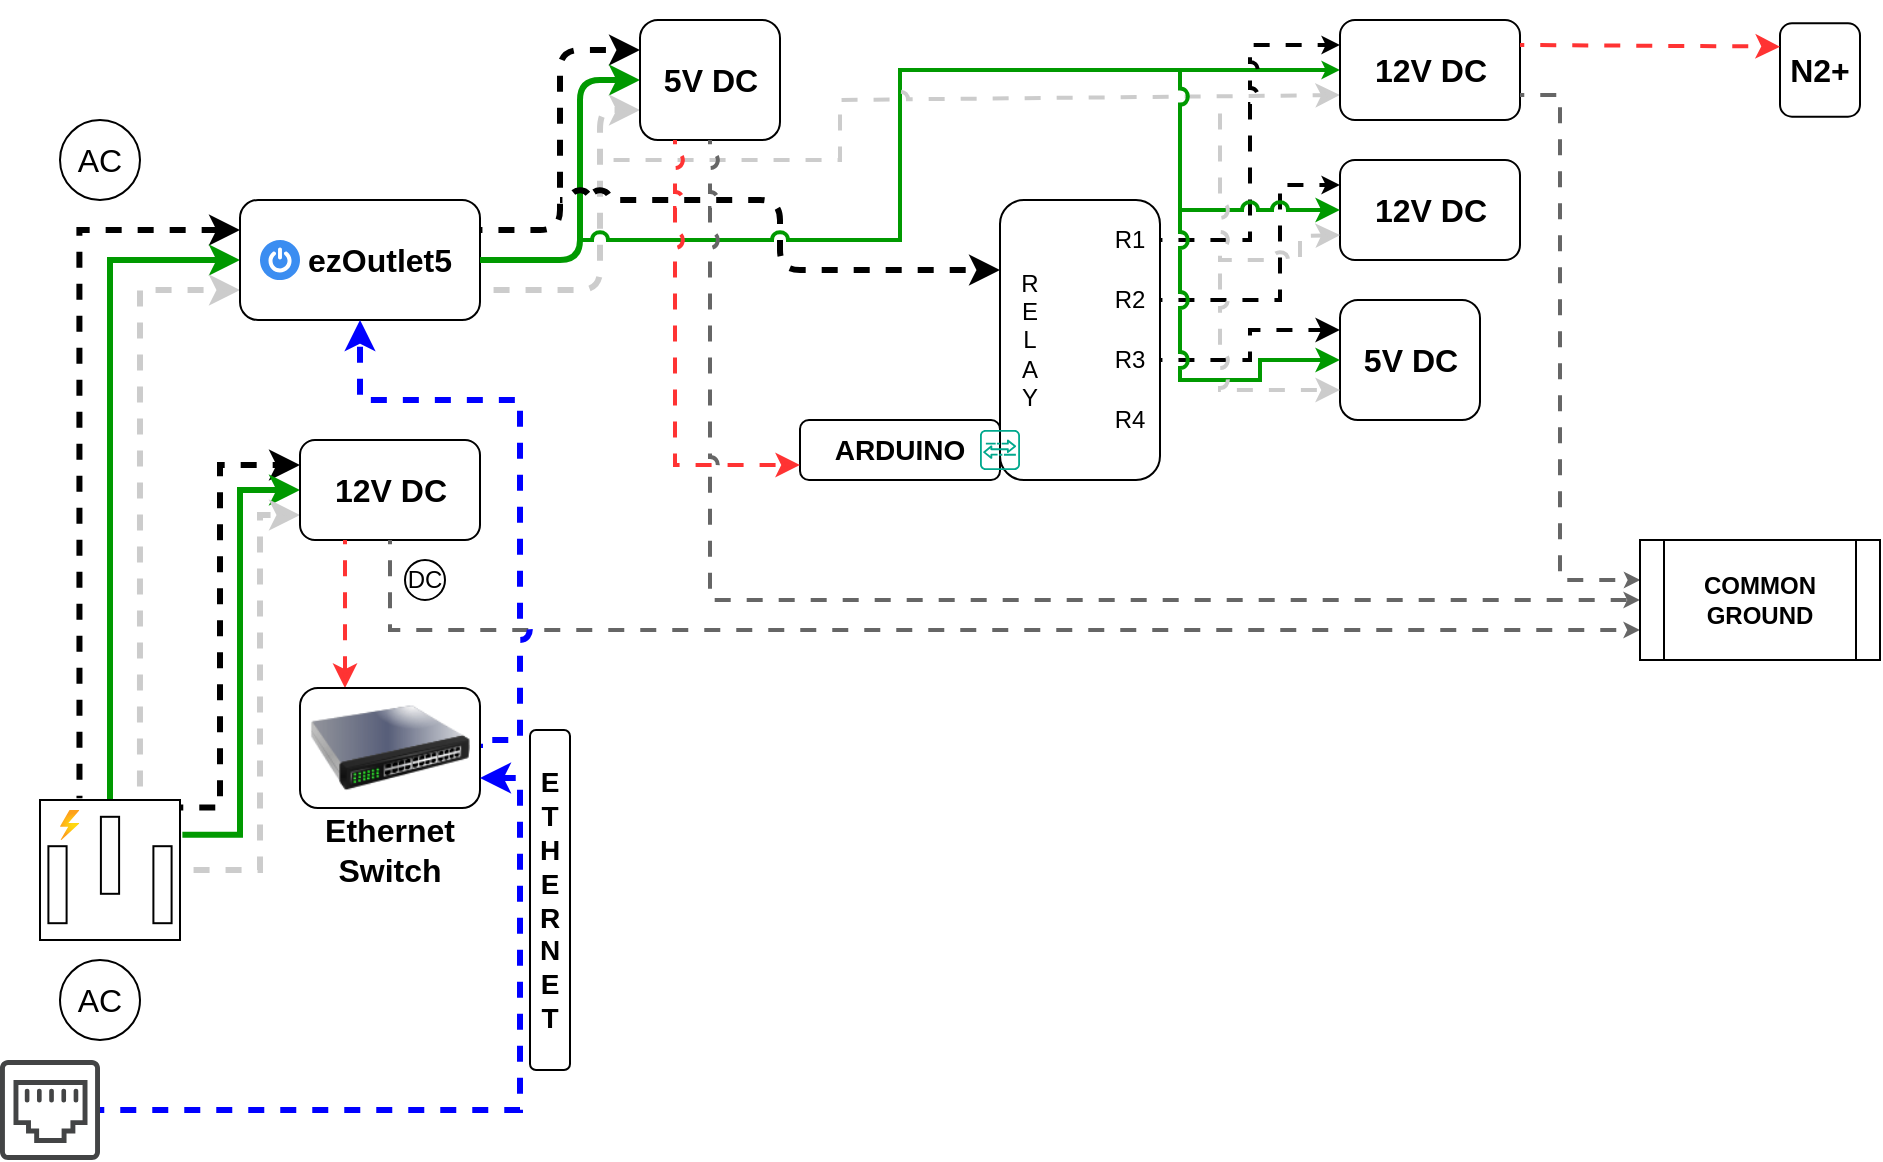
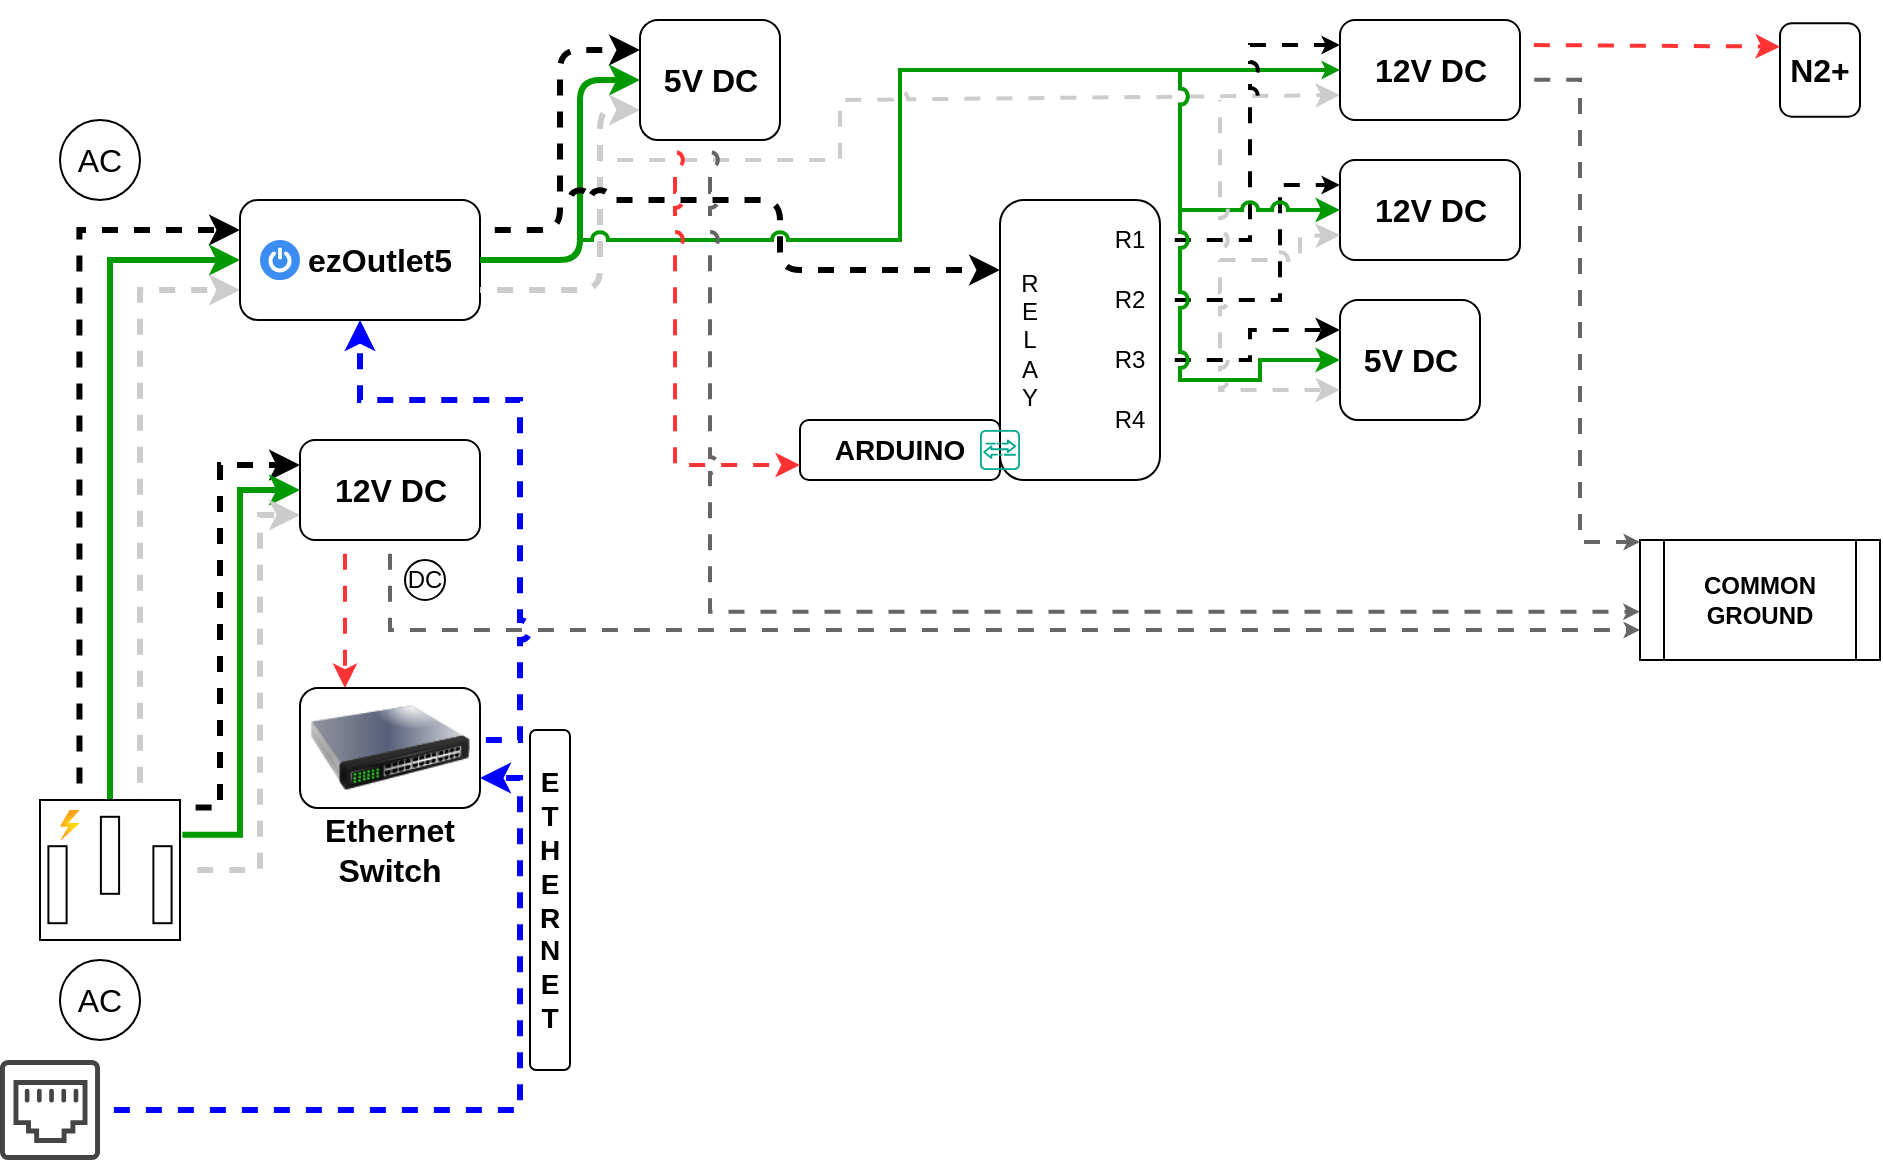
<mxfile host="app.diagrams.net" agent="Mozilla/5.0 (Windows NT 10.0; Win64; x64) AppleWebKit/537.36 (KHTML, like Gecko) Chrome/131.0.0.0 Safari/537.36 Edg/131.0.0.0" version="25.0.3">
  <diagram name="Page-1" id="VlRkN-xOVygPYa-iD9Ir">
-     <mxGraphModel dx="241" dy="151" grid="1" gridSize="10" guides="1" tooltips="1" connect="1" arrows="1" fold="1" page="1" pageScale="1" pageWidth="1600" pageHeight="900" background="none" math="0" shadow="0">
+     <mxGraphModel dx="77" dy="48" grid="1" gridSize="10" guides="1" tooltips="1" connect="1" arrows="1" fold="1" page="1" pageScale="1" pageWidth="1600" pageHeight="900" background="none" math="0" shadow="0">
      <root>
        <mxCell id="0" />
        <mxCell id="1" parent="0" />
        <mxCell id="JVLtuT8sySUBbFbLTn6r-3" style="edgeStyle=orthogonalEdgeStyle;rounded=0;orthogonalLoop=1;jettySize=auto;html=1;entryX=0;entryY=0.25;entryDx=0;entryDy=0;exitX=0.282;exitY=-0.013;exitDx=0;exitDy=0;exitPerimeter=0;strokeWidth=3;flowAnimation=1;flowAnimationDirection=alternate;flowAnimationTimingFunction=ease-in-out;flowAnimationDuration=1500;jumpStyle=arc;" parent="1" source="pD8juBFKP1GN8B8eYQTb-1" target="pD8juBFKP1GN8B8eYQTb-3" edge="1">
          <mxGeometry relative="1" as="geometry" />
        </mxCell>
        <mxCell id="JVLtuT8sySUBbFbLTn6r-4" style="edgeStyle=orthogonalEdgeStyle;rounded=0;orthogonalLoop=1;jettySize=auto;html=1;exitX=0.5;exitY=0;exitDx=0;exitDy=0;exitPerimeter=0;entryX=0;entryY=0.5;entryDx=0;entryDy=0;strokeColor=#009900;strokeWidth=3;jumpStyle=arc;" parent="1" source="pD8juBFKP1GN8B8eYQTb-1" target="pD8juBFKP1GN8B8eYQTb-3" edge="1">
          <mxGeometry relative="1" as="geometry" />
        </mxCell>
        <mxCell id="JVLtuT8sySUBbFbLTn6r-5" style="edgeStyle=orthogonalEdgeStyle;rounded=0;orthogonalLoop=1;jettySize=auto;html=1;entryX=0;entryY=0.75;entryDx=0;entryDy=0;exitX=0.714;exitY=0;exitDx=0;exitDy=0;exitPerimeter=0;strokeWidth=3;strokeColor=#CCCCCC;flowAnimation=1;flowAnimationDirection=alternate-reverse;flowAnimationTimingFunction=ease-in-out;flowAnimationDuration=1500;jumpStyle=arc;" parent="1" source="pD8juBFKP1GN8B8eYQTb-1" target="pD8juBFKP1GN8B8eYQTb-3" edge="1">
          <mxGeometry relative="1" as="geometry">
            <mxPoint x="120" y="320" as="targetPoint" />
          </mxGeometry>
        </mxCell>
        <mxCell id="JVLtuT8sySUBbFbLTn6r-6" style="edgeStyle=orthogonalEdgeStyle;rounded=0;orthogonalLoop=1;jettySize=auto;html=1;entryX=0;entryY=0.25;entryDx=0;entryDy=0;exitX=1.006;exitY=0.054;exitDx=0;exitDy=0;exitPerimeter=0;strokeWidth=3;flowAnimation=1;flowAnimationDirection=alternate;flowAnimationTimingFunction=ease-in-out;flowAnimationDuration=1500;jumpStyle=arc;" parent="1" source="pD8juBFKP1GN8B8eYQTb-1" target="pD8juBFKP1GN8B8eYQTb-24" edge="1">
          <mxGeometry relative="1" as="geometry">
            <Array as="points">
              <mxPoint x="120" y="404" />
              <mxPoint x="120" y="233" />
            </Array>
          </mxGeometry>
        </mxCell>
        <mxCell id="JVLtuT8sySUBbFbLTn6r-7" style="edgeStyle=orthogonalEdgeStyle;rounded=0;orthogonalLoop=1;jettySize=auto;html=1;entryX=0;entryY=0.5;entryDx=0;entryDy=0;exitX=1.017;exitY=0.249;exitDx=0;exitDy=0;exitPerimeter=0;strokeWidth=3;strokeColor=#009900;jumpStyle=arc;" parent="1" source="pD8juBFKP1GN8B8eYQTb-1" target="pD8juBFKP1GN8B8eYQTb-24" edge="1">
          <mxGeometry relative="1" as="geometry" />
        </mxCell>
        <mxCell id="JVLtuT8sySUBbFbLTn6r-8" style="edgeStyle=orthogonalEdgeStyle;rounded=0;orthogonalLoop=1;jettySize=auto;html=1;entryX=0;entryY=0.75;entryDx=0;entryDy=0;strokeColor=#CCCCCC;strokeWidth=3;flowAnimation=1;flowAnimationDirection=alternate-reverse;flowAnimationTimingFunction=ease-in-out;flowAnimationDuration=1500;jumpStyle=arc;" parent="1" source="pD8juBFKP1GN8B8eYQTb-1" target="pD8juBFKP1GN8B8eYQTb-24" edge="1">
          <mxGeometry relative="1" as="geometry">
            <Array as="points">
              <mxPoint x="140" y="435" />
              <mxPoint x="140" y="258" />
            </Array>
          </mxGeometry>
        </mxCell>
        <mxCell id="JVLtuT8sySUBbFbLTn6r-1" value="" style="group" parent="1" vertex="1" connectable="0">
          <mxGeometry x="30" y="480" width="60" height="40" as="geometry" />
        </mxCell>
        <mxCell id="pD8juBFKP1GN8B8eYQTb-22" value="AC" style="text;html=1;align=center;verticalAlign=middle;whiteSpace=wrap;rounded=0;fontSize=16;" parent="JVLtuT8sySUBbFbLTn6r-1" vertex="1">
          <mxGeometry y="5" width="60" height="30" as="geometry" />
        </mxCell>
        <mxCell id="pD8juBFKP1GN8B8eYQTb-23" value="" style="ellipse;whiteSpace=wrap;html=1;fillColor=none;" parent="JVLtuT8sySUBbFbLTn6r-1" vertex="1">
          <mxGeometry x="10" width="40" height="40" as="geometry" />
        </mxCell>
        <mxCell id="JVLtuT8sySUBbFbLTn6r-2" value="" style="group" parent="1" vertex="1" connectable="0">
          <mxGeometry x="30" y="60" width="60" height="40" as="geometry" />
        </mxCell>
        <mxCell id="pD8juBFKP1GN8B8eYQTb-9" value="" style="ellipse;whiteSpace=wrap;html=1;fillColor=none;" parent="JVLtuT8sySUBbFbLTn6r-2" vertex="1">
          <mxGeometry x="10" width="40" height="40" as="geometry" />
        </mxCell>
        <mxCell id="pD8juBFKP1GN8B8eYQTb-11" value="AC" style="text;html=1;align=center;verticalAlign=middle;whiteSpace=wrap;rounded=0;fontSize=16;" parent="JVLtuT8sySUBbFbLTn6r-2" vertex="1">
          <mxGeometry y="5" width="60" height="30" as="geometry" />
        </mxCell>
        <mxCell id="JVLtuT8sySUBbFbLTn6r-9" value="" style="group" parent="1" vertex="1" connectable="0">
          <mxGeometry x="130" y="100" width="120" height="60" as="geometry" />
        </mxCell>
        <mxCell id="JVLtuT8sySUBbFbLTn6r-16" value="" style="group" parent="JVLtuT8sySUBbFbLTn6r-9" vertex="1" connectable="0">
          <mxGeometry width="120" height="60" as="geometry" />
        </mxCell>
        <mxCell id="pD8juBFKP1GN8B8eYQTb-3" value="" style="rounded=1;whiteSpace=wrap;html=1;" parent="JVLtuT8sySUBbFbLTn6r-16" vertex="1">
          <mxGeometry width="120" height="60" as="geometry" />
        </mxCell>
        <mxCell id="JVLtuT8sySUBbFbLTn6r-13" value="" style="sketch=0;html=1;aspect=fixed;strokeColor=none;shadow=0;fillColor=#3B8DF1;verticalAlign=top;labelPosition=center;verticalLabelPosition=bottom;shape=mxgraph.gcp2.a7_power" parent="JVLtuT8sySUBbFbLTn6r-16" vertex="1">
          <mxGeometry x="10" y="20" width="20" height="20" as="geometry" />
        </mxCell>
        <mxCell id="pD8juBFKP1GN8B8eYQTb-15" value="&lt;b&gt;ezOutlet5&lt;/b&gt;" style="text;html=1;align=center;verticalAlign=middle;whiteSpace=wrap;rounded=0;fontSize=16;" parent="JVLtuT8sySUBbFbLTn6r-16" vertex="1">
          <mxGeometry x="40" y="10" width="60" height="40" as="geometry" />
        </mxCell>
        <mxCell id="JVLtuT8sySUBbFbLTn6r-11" value="" style="group" parent="1" vertex="1" connectable="0">
          <mxGeometry x="160" y="220" width="90" height="50" as="geometry" />
        </mxCell>
        <mxCell id="JVLtuT8sySUBbFbLTn6r-72" value="" style="group" parent="JVLtuT8sySUBbFbLTn6r-11" vertex="1" connectable="0">
          <mxGeometry width="90" height="50" as="geometry" />
        </mxCell>
        <mxCell id="pD8juBFKP1GN8B8eYQTb-24" value="" style="rounded=1;whiteSpace=wrap;html=1;" parent="JVLtuT8sySUBbFbLTn6r-72" vertex="1">
          <mxGeometry width="90" height="50" as="geometry" />
        </mxCell>
        <mxCell id="JVLtuT8sySUBbFbLTn6r-10" value="&lt;font style=&quot;font-size: 16px;&quot;&gt;&lt;b&gt;12V DC&lt;/b&gt;&lt;/font&gt;" style="text;html=1;align=center;verticalAlign=middle;whiteSpace=wrap;rounded=0;" parent="JVLtuT8sySUBbFbLTn6r-72" vertex="1">
          <mxGeometry x="15.75" y="10" width="58.5" height="30" as="geometry" />
        </mxCell>
        <mxCell id="JVLtuT8sySUBbFbLTn6r-18" value="" style="group" parent="1" vertex="1" connectable="0">
          <mxGeometry x="30" y="400" width="70" height="70" as="geometry" />
        </mxCell>
        <mxCell id="pD8juBFKP1GN8B8eYQTb-1" value="" style="pointerEvents=1;verticalLabelPosition=bottom;shadow=0;dashed=0;align=center;html=1;verticalAlign=top;shape=mxgraph.electrical.miscellaneous.ac_out" parent="JVLtuT8sySUBbFbLTn6r-18" vertex="1">
          <mxGeometry width="70" height="70" as="geometry" />
        </mxCell>
        <mxCell id="JVLtuT8sySUBbFbLTn6r-12" value="" style="image;aspect=fixed;html=1;points=[];align=center;fontSize=12;image=img/lib/azure2/general/Power.svg;" parent="JVLtuT8sySUBbFbLTn6r-18" vertex="1">
          <mxGeometry x="10" y="5" width="9.72" height="15" as="geometry" />
        </mxCell>
        <mxCell id="JVLtuT8sySUBbFbLTn6r-23" style="edgeStyle=orthogonalEdgeStyle;rounded=0;orthogonalLoop=1;jettySize=auto;html=1;entryX=0.25;entryY=0;entryDx=0;entryDy=0;exitX=0.25;exitY=1;exitDx=0;exitDy=0;strokeColor=#FF3333;strokeWidth=2;flowAnimation=1;jumpStyle=arc;" parent="1" source="pD8juBFKP1GN8B8eYQTb-24" target="JVLtuT8sySUBbFbLTn6r-19" edge="1">
          <mxGeometry relative="1" as="geometry" />
        </mxCell>
        <mxCell id="JVLtuT8sySUBbFbLTn6r-28" value="" style="group" parent="1" vertex="1" connectable="0">
          <mxGeometry x="210" y="280" width="25" height="20" as="geometry" />
        </mxCell>
        <mxCell id="JVLtuT8sySUBbFbLTn6r-26" value="" style="ellipse;whiteSpace=wrap;html=1;aspect=fixed;" parent="JVLtuT8sySUBbFbLTn6r-28" vertex="1">
          <mxGeometry x="2.5" width="20" height="20" as="geometry" />
        </mxCell>
        <mxCell id="JVLtuT8sySUBbFbLTn6r-27" value="&lt;font&gt;DC&lt;/font&gt;" style="text;html=1;align=center;verticalAlign=middle;whiteSpace=wrap;rounded=0;" parent="JVLtuT8sySUBbFbLTn6r-28" vertex="1">
          <mxGeometry y="2.5" width="25" height="15" as="geometry" />
        </mxCell>
        <mxCell id="JVLtuT8sySUBbFbLTn6r-29" style="edgeStyle=orthogonalEdgeStyle;rounded=0;orthogonalLoop=1;jettySize=auto;html=1;exitX=0.5;exitY=1;exitDx=0;exitDy=0;strokeWidth=2;flowAnimation=1;strokeColor=#666666;jumpStyle=arc;entryX=0;entryY=0.75;entryDx=0;entryDy=0;endSize=2;" parent="1" source="pD8juBFKP1GN8B8eYQTb-24" target="0aRQkGjj-KWWZOeJOGup-9" edge="1">
          <mxGeometry relative="1" as="geometry">
            <mxPoint x="810" y="370" as="targetPoint" />
          </mxGeometry>
        </mxCell>
        <mxCell id="JVLtuT8sySUBbFbLTn6r-30" style="edgeStyle=orthogonalEdgeStyle;rounded=0;orthogonalLoop=1;jettySize=auto;html=1;exitX=1;exitY=0.5;exitDx=0;exitDy=0;entryX=0.5;entryY=1;entryDx=0;entryDy=0;strokeColor=#0000FF;strokeWidth=3;flowAnimation=1;jumpStyle=arc;" parent="1" source="JVLtuT8sySUBbFbLTn6r-19" target="pD8juBFKP1GN8B8eYQTb-3" edge="1">
          <mxGeometry relative="1" as="geometry">
            <Array as="points">
              <mxPoint x="270" y="370" />
              <mxPoint x="270" y="200" />
              <mxPoint x="190" y="200" />
            </Array>
          </mxGeometry>
        </mxCell>
        <mxCell id="JVLtuT8sySUBbFbLTn6r-33" value="" style="rounded=1;whiteSpace=wrap;html=1;" parent="1" vertex="1">
          <mxGeometry x="510" y="100" width="80" height="140" as="geometry" />
        </mxCell>
        <mxCell id="JVLtuT8sySUBbFbLTn6r-35" style="edgeStyle=orthogonalEdgeStyle;rounded=1;orthogonalLoop=1;jettySize=auto;html=1;exitX=1;exitY=0.25;exitDx=0;exitDy=0;entryX=0;entryY=0.25;entryDx=0;entryDy=0;curved=0;strokeWidth=3;flowAnimation=1;flowAnimationDirection=alternate;flowAnimationTimingFunction=ease-in-out;flowAnimationDuration=1500;jumpStyle=arc;" parent="1" source="pD8juBFKP1GN8B8eYQTb-3" target="JVLtuT8sySUBbFbLTn6r-34" edge="1">
          <mxGeometry relative="1" as="geometry" />
        </mxCell>
        <mxCell id="JVLtuT8sySUBbFbLTn6r-36" style="edgeStyle=orthogonalEdgeStyle;rounded=1;orthogonalLoop=1;jettySize=auto;html=1;exitX=1;exitY=0.5;exitDx=0;exitDy=0;entryX=0;entryY=0.5;entryDx=0;entryDy=0;curved=0;strokeWidth=3;strokeColor=#009900;jumpStyle=arc;" parent="1" source="pD8juBFKP1GN8B8eYQTb-3" target="JVLtuT8sySUBbFbLTn6r-34" edge="1">
          <mxGeometry relative="1" as="geometry">
            <Array as="points">
              <mxPoint x="300" y="130" />
              <mxPoint x="300" y="40" />
            </Array>
          </mxGeometry>
        </mxCell>
        <mxCell id="JVLtuT8sySUBbFbLTn6r-37" style="edgeStyle=orthogonalEdgeStyle;rounded=1;orthogonalLoop=1;jettySize=auto;html=1;exitX=1;exitY=0.75;exitDx=0;exitDy=0;entryX=0;entryY=0.75;entryDx=0;entryDy=0;curved=0;strokeColor=#CCCCCC;strokeWidth=3;flowAnimation=1;flowAnimationDirection=alternate-reverse;flowAnimationTimingFunction=ease-in-out;flowAnimationDuration=1500;jumpStyle=arc;" parent="1" source="pD8juBFKP1GN8B8eYQTb-3" target="JVLtuT8sySUBbFbLTn6r-34" edge="1">
          <mxGeometry relative="1" as="geometry">
            <Array as="points">
              <mxPoint x="310" y="145" />
              <mxPoint x="310" y="55" />
            </Array>
          </mxGeometry>
        </mxCell>
        <mxCell id="JVLtuT8sySUBbFbLTn6r-40" value="" style="endArrow=classic;html=1;rounded=1;curved=0;entryX=0;entryY=0.25;entryDx=0;entryDy=0;jumpStyle=arc;strokeWidth=3;flowAnimation=1;flowAnimationDirection=alternate;flowAnimationTimingFunction=ease-in-out;flowAnimationDuration=1500;" parent="1" target="JVLtuT8sySUBbFbLTn6r-33" edge="1">
          <mxGeometry width="50" height="50" relative="1" as="geometry">
            <mxPoint x="290" y="100" as="sourcePoint" />
            <mxPoint x="410" y="170" as="targetPoint" />
            <Array as="points">
              <mxPoint x="400" y="100" />
              <mxPoint x="400" y="135" />
            </Array>
          </mxGeometry>
        </mxCell>
        <mxCell id="JVLtuT8sySUBbFbLTn6r-51" value="" style="group" parent="1" vertex="1" connectable="0">
          <mxGeometry x="160" y="344" width="90" height="96" as="geometry" />
        </mxCell>
        <mxCell id="JVLtuT8sySUBbFbLTn6r-21" value="" style="group" parent="JVLtuT8sySUBbFbLTn6r-51" vertex="1" connectable="0">
          <mxGeometry width="90" height="70" as="geometry" />
        </mxCell>
        <mxCell id="JVLtuT8sySUBbFbLTn6r-50" value="" style="group" parent="JVLtuT8sySUBbFbLTn6r-21" vertex="1" connectable="0">
          <mxGeometry width="90" height="70" as="geometry" />
        </mxCell>
        <mxCell id="JVLtuT8sySUBbFbLTn6r-19" value="" style="rounded=1;whiteSpace=wrap;html=1;" parent="JVLtuT8sySUBbFbLTn6r-50" vertex="1">
          <mxGeometry width="90" height="60" as="geometry" />
        </mxCell>
        <mxCell id="JVLtuT8sySUBbFbLTn6r-49" value="" style="image;html=1;image=img/lib/clip_art/networking/Switch_128x128.png" parent="JVLtuT8sySUBbFbLTn6r-50" vertex="1">
          <mxGeometry x="5" y="-10" width="80" height="80" as="geometry" />
        </mxCell>
        <mxCell id="JVLtuT8sySUBbFbLTn6r-20" value="&lt;b&gt;&lt;font style=&quot;font-size: 16px;&quot;&gt;Ethernet&lt;/font&gt;&lt;/b&gt;&lt;div&gt;&lt;b&gt;&lt;font style=&quot;font-size: 16px;&quot;&gt;Switch&lt;/font&gt;&lt;/b&gt;&lt;/div&gt;" style="text;html=1;align=center;verticalAlign=middle;whiteSpace=wrap;rounded=0;" parent="JVLtuT8sySUBbFbLTn6r-51" vertex="1">
          <mxGeometry x="15" y="66" width="60" height="30" as="geometry" />
        </mxCell>
        <mxCell id="JVLtuT8sySUBbFbLTn6r-53" value="" style="group" parent="1" vertex="1" connectable="0">
          <mxGeometry x="330" y="10" width="70" height="60" as="geometry" />
        </mxCell>
        <mxCell id="JVLtuT8sySUBbFbLTn6r-71" value="" style="group" parent="JVLtuT8sySUBbFbLTn6r-53" vertex="1" connectable="0">
          <mxGeometry width="70" height="60" as="geometry" />
        </mxCell>
        <mxCell id="JVLtuT8sySUBbFbLTn6r-34" value="" style="rounded=1;whiteSpace=wrap;html=1;" parent="JVLtuT8sySUBbFbLTn6r-71" vertex="1">
          <mxGeometry width="70" height="60" as="geometry" />
        </mxCell>
        <mxCell id="JVLtuT8sySUBbFbLTn6r-52" value="&lt;font style=&quot;font-size: 16px;&quot;&gt;&lt;b&gt;5&lt;/b&gt;&lt;/font&gt;&lt;b style=&quot;font-size: 16px; background-color: initial;&quot;&gt;V DC&lt;/b&gt;" style="text;html=1;align=center;verticalAlign=middle;whiteSpace=wrap;rounded=0;" parent="JVLtuT8sySUBbFbLTn6r-71" vertex="1">
          <mxGeometry x="5.75" y="15" width="58.5" height="30" as="geometry" />
        </mxCell>
        <mxCell id="JVLtuT8sySUBbFbLTn6r-54" value="" style="endArrow=classic;html=1;rounded=0;entryX=0;entryY=0.5;entryDx=0;entryDy=0;jumpStyle=arc;strokeColor=#009900;strokeWidth=2;endSize=3;" parent="1" target="JVLtuT8sySUBbFbLTn6r-74" edge="1">
          <mxGeometry width="50" height="50" relative="1" as="geometry">
            <mxPoint x="300" y="120" as="sourcePoint" />
            <mxPoint x="350" y="80" as="targetPoint" />
            <Array as="points">
              <mxPoint x="460" y="120" />
              <mxPoint x="460" y="35" />
            </Array>
          </mxGeometry>
        </mxCell>
        <mxCell id="JVLtuT8sySUBbFbLTn6r-55" value="" style="endArrow=classic;html=1;rounded=0;entryX=0;entryY=0.75;entryDx=0;entryDy=0;strokeColor=#CCCCCC;strokeWidth=2;jumpStyle=arc;flowAnimation=1;flowAnimationDirection=alternate-reverse;flowAnimationTimingFunction=ease-in-out;flowAnimationDuration=1500;" parent="1" target="JVLtuT8sySUBbFbLTn6r-74" edge="1">
          <mxGeometry width="50" height="50" relative="1" as="geometry">
            <mxPoint x="310" y="80" as="sourcePoint" />
            <mxPoint x="350" y="140" as="targetPoint" />
            <Array as="points">
              <mxPoint x="430" y="80" />
              <mxPoint x="430" y="50" />
              <mxPoint x="520" y="50" />
            </Array>
          </mxGeometry>
        </mxCell>
        <mxCell id="JVLtuT8sySUBbFbLTn6r-56" value="R&lt;div&gt;E&lt;/div&gt;&lt;div&gt;L&lt;/div&gt;&lt;div&gt;A&lt;/div&gt;&lt;div&gt;Y&lt;/div&gt;" style="text;html=1;align=center;verticalAlign=middle;whiteSpace=wrap;rounded=0;" parent="1" vertex="1">
          <mxGeometry x="510" y="135" width="30" height="70" as="geometry" />
        </mxCell>
        <mxCell id="JVLtuT8sySUBbFbLTn6r-79" style="edgeStyle=orthogonalEdgeStyle;rounded=0;orthogonalLoop=1;jettySize=auto;html=1;exitX=1;exitY=0.5;exitDx=0;exitDy=0;entryX=0;entryY=0.25;entryDx=0;entryDy=0;strokeWidth=2;flowAnimation=1;flowAnimationDirection=alternate;flowAnimationTimingFunction=ease-in-out;flowAnimationDuration=1500;jumpStyle=arc;endSize=3;" parent="1" source="JVLtuT8sySUBbFbLTn6r-57" target="JVLtuT8sySUBbFbLTn6r-74" edge="1">
          <mxGeometry relative="1" as="geometry" />
        </mxCell>
        <mxCell id="JVLtuT8sySUBbFbLTn6r-57" value="R1" style="text;html=1;align=center;verticalAlign=middle;whiteSpace=wrap;rounded=0;" parent="1" vertex="1">
          <mxGeometry x="560" y="105" width="30" height="30" as="geometry" />
        </mxCell>
        <mxCell id="JVLtuT8sySUBbFbLTn6r-80" style="edgeStyle=orthogonalEdgeStyle;rounded=0;orthogonalLoop=1;jettySize=auto;html=1;exitX=1;exitY=0.5;exitDx=0;exitDy=0;entryX=0;entryY=0.25;entryDx=0;entryDy=0;strokeWidth=2;flowAnimation=1;flowAnimationDirection=alternate;flowAnimationTimingFunction=ease-in-out;flowAnimationDuration=1500;endSize=3;jumpStyle=arc;" parent="1" source="JVLtuT8sySUBbFbLTn6r-58" target="JVLtuT8sySUBbFbLTn6r-77" edge="1">
          <mxGeometry relative="1" as="geometry">
            <Array as="points">
              <mxPoint x="650" y="150" />
              <mxPoint x="650" y="93" />
            </Array>
          </mxGeometry>
        </mxCell>
        <mxCell id="JVLtuT8sySUBbFbLTn6r-58" value="R2" style="text;html=1;align=center;verticalAlign=middle;whiteSpace=wrap;rounded=0;" parent="1" vertex="1">
          <mxGeometry x="560" y="135" width="30" height="30" as="geometry" />
        </mxCell>
        <mxCell id="JVLtuT8sySUBbFbLTn6r-81" style="edgeStyle=orthogonalEdgeStyle;rounded=0;orthogonalLoop=1;jettySize=auto;html=1;exitX=1;exitY=0.5;exitDx=0;exitDy=0;entryX=0;entryY=0.25;entryDx=0;entryDy=0;strokeWidth=2;flowAnimation=1;flowAnimationDirection=alternate;flowAnimationTimingFunction=ease-in-out;flowAnimationDuration=1500;jumpStyle=arc;" parent="1" source="JVLtuT8sySUBbFbLTn6r-59" target="JVLtuT8sySUBbFbLTn6r-63" edge="1">
          <mxGeometry relative="1" as="geometry" />
        </mxCell>
        <mxCell id="JVLtuT8sySUBbFbLTn6r-59" value="R3" style="text;html=1;align=center;verticalAlign=middle;whiteSpace=wrap;rounded=0;" parent="1" vertex="1">
          <mxGeometry x="560" y="165" width="30" height="30" as="geometry" />
        </mxCell>
        <mxCell id="JVLtuT8sySUBbFbLTn6r-60" value="R4" style="text;html=1;align=center;verticalAlign=middle;whiteSpace=wrap;rounded=0;" parent="1" vertex="1">
          <mxGeometry x="560" y="195" width="30" height="30" as="geometry" />
        </mxCell>
        <mxCell id="JVLtuT8sySUBbFbLTn6r-67" value="" style="group" parent="1" vertex="1" connectable="0">
          <mxGeometry x="680" y="150" width="70" height="60" as="geometry" />
        </mxCell>
        <mxCell id="JVLtuT8sySUBbFbLTn6r-63" value="" style="rounded=1;whiteSpace=wrap;html=1;" parent="JVLtuT8sySUBbFbLTn6r-67" vertex="1">
          <mxGeometry width="70" height="60" as="geometry" />
        </mxCell>
        <mxCell id="JVLtuT8sySUBbFbLTn6r-62" value="" style="group" parent="JVLtuT8sySUBbFbLTn6r-67" vertex="1" connectable="0">
          <mxGeometry width="70" height="60" as="geometry" />
        </mxCell>
        <mxCell id="JVLtuT8sySUBbFbLTn6r-64" value="&lt;font style=&quot;font-size: 16px;&quot;&gt;&lt;b&gt;5&lt;/b&gt;&lt;/font&gt;&lt;b style=&quot;font-size: 16px; background-color: initial;&quot;&gt;V DC&lt;/b&gt;" style="text;html=1;align=center;verticalAlign=middle;whiteSpace=wrap;rounded=0;" parent="JVLtuT8sySUBbFbLTn6r-62" vertex="1">
          <mxGeometry x="5.75" y="15" width="58.5" height="30" as="geometry" />
        </mxCell>
        <mxCell id="JVLtuT8sySUBbFbLTn6r-73" value="" style="group" parent="1" vertex="1" connectable="0">
          <mxGeometry x="680" y="10" width="90" height="50" as="geometry" />
        </mxCell>
        <mxCell id="JVLtuT8sySUBbFbLTn6r-74" value="" style="rounded=1;whiteSpace=wrap;html=1;" parent="JVLtuT8sySUBbFbLTn6r-73" vertex="1">
          <mxGeometry width="90" height="50" as="geometry" />
        </mxCell>
        <mxCell id="JVLtuT8sySUBbFbLTn6r-75" value="&lt;font style=&quot;font-size: 16px;&quot;&gt;&lt;b&gt;12V DC&lt;/b&gt;&lt;/font&gt;" style="text;html=1;align=center;verticalAlign=middle;whiteSpace=wrap;rounded=0;" parent="JVLtuT8sySUBbFbLTn6r-73" vertex="1">
          <mxGeometry x="15.75" y="10" width="58.5" height="30" as="geometry" />
        </mxCell>
        <mxCell id="JVLtuT8sySUBbFbLTn6r-76" value="" style="group" parent="1" vertex="1" connectable="0">
          <mxGeometry x="680" y="80" width="90" height="50" as="geometry" />
        </mxCell>
        <mxCell id="JVLtuT8sySUBbFbLTn6r-77" value="" style="rounded=1;whiteSpace=wrap;html=1;" parent="JVLtuT8sySUBbFbLTn6r-76" vertex="1">
          <mxGeometry width="90" height="50" as="geometry" />
        </mxCell>
        <mxCell id="JVLtuT8sySUBbFbLTn6r-78" value="&lt;font style=&quot;font-size: 16px;&quot;&gt;&lt;b&gt;12V DC&lt;/b&gt;&lt;/font&gt;" style="text;html=1;align=center;verticalAlign=middle;whiteSpace=wrap;rounded=0;" parent="JVLtuT8sySUBbFbLTn6r-76" vertex="1">
          <mxGeometry x="15.75" y="10" width="58.5" height="30" as="geometry" />
        </mxCell>
        <mxCell id="JVLtuT8sySUBbFbLTn6r-82" value="" style="endArrow=classic;html=1;rounded=0;entryX=0;entryY=0.5;entryDx=0;entryDy=0;jumpStyle=arc;strokeColor=#009900;strokeWidth=2;" parent="1" target="JVLtuT8sySUBbFbLTn6r-77" edge="1">
          <mxGeometry width="50" height="50" relative="1" as="geometry">
            <mxPoint x="600" y="35" as="sourcePoint" />
            <mxPoint x="660" y="105" as="targetPoint" />
            <Array as="points">
              <mxPoint x="600" y="105" />
            </Array>
          </mxGeometry>
        </mxCell>
        <mxCell id="JVLtuT8sySUBbFbLTn6r-83" value="" style="endArrow=classic;html=1;rounded=0;entryX=0;entryY=0.75;entryDx=0;entryDy=0;strokeWidth=2;strokeColor=#CCCCCC;flowAnimation=1;flowAnimationTimingFunction=ease-in-out;flowAnimationDirection=alternate-reverse;jumpStyle=arc;flowAnimationDuration=1500;" parent="1" target="JVLtuT8sySUBbFbLTn6r-77" edge="1">
          <mxGeometry width="50" height="50" relative="1" as="geometry">
            <mxPoint x="620" y="50" as="sourcePoint" />
            <mxPoint x="480" y="40" as="targetPoint" />
            <Array as="points">
              <mxPoint x="620" y="130" />
              <mxPoint x="660" y="130" />
              <mxPoint x="660" y="118" />
            </Array>
          </mxGeometry>
        </mxCell>
        <mxCell id="JVLtuT8sySUBbFbLTn6r-88" value="" style="endArrow=classic;html=1;rounded=0;entryX=0;entryY=0.5;entryDx=0;entryDy=0;strokeColor=#009900;strokeWidth=2;jumpStyle=arc;" parent="1" target="JVLtuT8sySUBbFbLTn6r-63" edge="1">
          <mxGeometry width="50" height="50" relative="1" as="geometry">
            <mxPoint x="600" y="100" as="sourcePoint" />
            <mxPoint x="600" y="140" as="targetPoint" />
            <Array as="points">
              <mxPoint x="600" y="190" />
              <mxPoint x="640" y="190" />
              <mxPoint x="640" y="180" />
            </Array>
          </mxGeometry>
        </mxCell>
        <mxCell id="JVLtuT8sySUBbFbLTn6r-89" value="" style="endArrow=classic;html=1;rounded=0;entryX=0;entryY=0.75;entryDx=0;entryDy=0;strokeWidth=2;strokeColor=#CCCCCC;flowAnimation=1;jumpStyle=arc;flowAnimationTimingFunction=ease-in-out;flowAnimationDirection=alternate-reverse;flowAnimationDuration=1500;" parent="1" target="JVLtuT8sySUBbFbLTn6r-63" edge="1">
          <mxGeometry width="50" height="50" relative="1" as="geometry">
            <mxPoint x="620" y="130" as="sourcePoint" />
            <mxPoint x="600" y="100" as="targetPoint" />
            <Array as="points">
              <mxPoint x="620" y="195" />
            </Array>
          </mxGeometry>
        </mxCell>
        <mxCell id="JVLtuT8sySUBbFbLTn6r-90" value="&lt;b&gt;&lt;font style=&quot;font-size: 14px;&quot;&gt;ARDUINO&lt;/font&gt;&lt;/b&gt;" style="rounded=1;whiteSpace=wrap;html=1;" parent="1" vertex="1">
          <mxGeometry x="410" y="210" width="100" height="30" as="geometry" />
        </mxCell>
        <mxCell id="JVLtuT8sySUBbFbLTn6r-91" style="edgeStyle=orthogonalEdgeStyle;rounded=0;orthogonalLoop=1;jettySize=auto;html=1;exitX=0.25;exitY=1;exitDx=0;exitDy=0;entryX=0;entryY=0.75;entryDx=0;entryDy=0;strokeWidth=2;flowAnimation=1;strokeColor=#FF3333;jumpStyle=arc;" parent="1" source="JVLtuT8sySUBbFbLTn6r-34" target="JVLtuT8sySUBbFbLTn6r-90" edge="1">
          <mxGeometry relative="1" as="geometry" />
        </mxCell>
-         <mxCell id="JVLtuT8sySUBbFbLTn6r-92" style="edgeStyle=orthogonalEdgeStyle;rounded=0;orthogonalLoop=1;jettySize=auto;html=1;exitX=0.5;exitY=1;exitDx=0;exitDy=0;entryX=0;entryY=0.5;entryDx=0;entryDy=0;strokeWidth=2;flowAnimation=1;strokeColor=#666666;jumpStyle=arc;endSize=2;" parent="1" source="JVLtuT8sySUBbFbLTn6r-34" target="0aRQkGjj-KWWZOeJOGup-9" edge="1">
+         <mxCell id="JVLtuT8sySUBbFbLTn6r-92" style="edgeStyle=orthogonalEdgeStyle;rounded=0;orthogonalLoop=1;jettySize=auto;html=1;exitX=0.5;exitY=1;exitDx=0;exitDy=0;entryX=-0.001;entryY=0.598;entryDx=0;entryDy=0;strokeWidth=2;flowAnimation=1;strokeColor=#666666;jumpStyle=arc;endSize=2;entryPerimeter=0;" parent="1" source="JVLtuT8sySUBbFbLTn6r-34" target="0aRQkGjj-KWWZOeJOGup-9" edge="1">
          <mxGeometry relative="1" as="geometry" />
        </mxCell>
        <mxCell id="JVLtuT8sySUBbFbLTn6r-93" value="" style="sketch=0;outlineConnect=0;fontColor=#232F3E;gradientColor=none;fillColor=#01A88D;strokeColor=none;dashed=0;verticalLabelPosition=bottom;verticalAlign=top;align=center;html=1;fontSize=12;fontStyle=0;aspect=fixed;shape=mxgraph.aws4.agent2;" parent="1" vertex="1">
          <mxGeometry x="500" y="215" width="20" height="20" as="geometry" />
        </mxCell>
        <mxCell id="0aRQkGjj-KWWZOeJOGup-1" value="" style="endArrow=classic;html=1;rounded=0;entryX=1;entryY=0.75;entryDx=0;entryDy=0;strokeWidth=3;strokeColor=#0000FF;flowAnimation=1;jumpStyle=arc;" edge="1" parent="1" source="0aRQkGjj-KWWZOeJOGup-3" target="JVLtuT8sySUBbFbLTn6r-19">
          <mxGeometry width="50" height="50" relative="1" as="geometry">
            <mxPoint x="40" y="560" as="sourcePoint" />
            <mxPoint x="560" y="420" as="targetPoint" />
            <Array as="points">
              <mxPoint x="270" y="555" />
              <mxPoint x="270" y="389" />
            </Array>
          </mxGeometry>
        </mxCell>
        <mxCell id="0aRQkGjj-KWWZOeJOGup-2" value="" style="group" vertex="1" connectable="0" parent="1">
          <mxGeometry x="270" y="365" width="30" height="170" as="geometry" />
        </mxCell>
        <mxCell id="JVLtuT8sySUBbFbLTn6r-31" value="" style="rounded=1;whiteSpace=wrap;html=1;" parent="0aRQkGjj-KWWZOeJOGup-2" vertex="1">
          <mxGeometry x="5" width="20" height="170" as="geometry" />
        </mxCell>
        <mxCell id="JVLtuT8sySUBbFbLTn6r-32" value="&lt;b&gt;&lt;font style=&quot;font-size: 14px;&quot;&gt;E&lt;/font&gt;&lt;/b&gt;&lt;div&gt;&lt;b&gt;&lt;font style=&quot;font-size: 14px;&quot;&gt;T&lt;/font&gt;&lt;/b&gt;&lt;/div&gt;&lt;div&gt;&lt;b&gt;&lt;font style=&quot;font-size: 14px;&quot;&gt;H&lt;/font&gt;&lt;/b&gt;&lt;/div&gt;&lt;div&gt;&lt;b&gt;&lt;font style=&quot;font-size: 14px;&quot;&gt;E&lt;/font&gt;&lt;/b&gt;&lt;/div&gt;&lt;div&gt;&lt;b&gt;&lt;font style=&quot;font-size: 14px;&quot;&gt;R&lt;/font&gt;&lt;/b&gt;&lt;/div&gt;&lt;div&gt;&lt;b&gt;&lt;font style=&quot;font-size: 14px;&quot;&gt;N&lt;/font&gt;&lt;/b&gt;&lt;/div&gt;&lt;div&gt;&lt;b&gt;&lt;font style=&quot;font-size: 14px;&quot;&gt;E&lt;/font&gt;&lt;/b&gt;&lt;/div&gt;&lt;div&gt;&lt;b&gt;&lt;font style=&quot;font-size: 14px;&quot;&gt;T&lt;/font&gt;&lt;/b&gt;&lt;/div&gt;" style="text;html=1;align=center;verticalAlign=middle;whiteSpace=wrap;rounded=0;" parent="0aRQkGjj-KWWZOeJOGup-2" vertex="1">
          <mxGeometry y="10" width="30" height="150" as="geometry" />
        </mxCell>
        <mxCell id="0aRQkGjj-KWWZOeJOGup-3" value="" style="sketch=0;pointerEvents=1;shadow=0;dashed=0;html=1;strokeColor=none;fillColor=#434445;aspect=fixed;labelPosition=center;verticalLabelPosition=bottom;verticalAlign=top;align=center;outlineConnect=0;shape=mxgraph.vvd.ethernet_port;" vertex="1" parent="1">
          <mxGeometry x="10" y="530" width="50" height="50" as="geometry" />
        </mxCell>
        <mxCell id="0aRQkGjj-KWWZOeJOGup-6" value="" style="group" vertex="1" connectable="0" parent="1">
          <mxGeometry x="890" width="60" height="70" as="geometry" />
        </mxCell>
        <mxCell id="0aRQkGjj-KWWZOeJOGup-4" value="" style="rounded=1;whiteSpace=wrap;html=1;" vertex="1" parent="0aRQkGjj-KWWZOeJOGup-6">
          <mxGeometry x="10" y="11.666666666666668" width="40" height="46.66666666666667" as="geometry" />
        </mxCell>
        <mxCell id="0aRQkGjj-KWWZOeJOGup-5" value="&lt;b&gt;&lt;font style=&quot;font-size: 16px;&quot;&gt;N2+&lt;/font&gt;&lt;/b&gt;" style="text;html=1;align=center;verticalAlign=middle;whiteSpace=wrap;rounded=0;" vertex="1" parent="0aRQkGjj-KWWZOeJOGup-6">
          <mxGeometry x="10" y="11.666666666666668" width="40" height="46.66666666666667" as="geometry" />
        </mxCell>
        <mxCell id="0aRQkGjj-KWWZOeJOGup-7" style="edgeStyle=orthogonalEdgeStyle;rounded=0;orthogonalLoop=1;jettySize=auto;html=1;exitX=1;exitY=0.25;exitDx=0;exitDy=0;entryX=0;entryY=0.25;entryDx=0;entryDy=0;strokeWidth=2;jumpStyle=arc;flowAnimation=1;strokeColor=#FF3333;" edge="1" parent="1" source="JVLtuT8sySUBbFbLTn6r-74" target="0aRQkGjj-KWWZOeJOGup-5">
          <mxGeometry relative="1" as="geometry" />
        </mxCell>
-         <mxCell id="0aRQkGjj-KWWZOeJOGup-8" style="edgeStyle=orthogonalEdgeStyle;rounded=0;orthogonalLoop=1;jettySize=auto;html=1;exitX=1;exitY=0.75;exitDx=0;exitDy=0;entryX=0.002;entryY=0.319;entryDx=0;entryDy=0;entryPerimeter=0;strokeWidth=2;strokeColor=#666666;flowAnimation=1;jumpStyle=arc;endSize=2;" edge="1" parent="1" source="JVLtuT8sySUBbFbLTn6r-74" target="0aRQkGjj-KWWZOeJOGup-9">
-           <mxGeometry relative="1" as="geometry">
-             <Array as="points">
-               <mxPoint x="790" y="48" />
-               <mxPoint x="790" y="290" />
-               <mxPoint x="830" y="290" />
+         <mxCell id="0aRQkGjj-KWWZOeJOGup-8" style="edgeStyle=orthogonalEdgeStyle;rounded=0;orthogonalLoop=1;jettySize=auto;html=1;exitX=1.002;exitY=0.598;exitDx=0;exitDy=0;entryX=0.002;entryY=0.319;entryDx=0;entryDy=0;entryPerimeter=0;strokeWidth=2;strokeColor=#666666;flowAnimation=1;jumpStyle=arc;endSize=2;exitPerimeter=0;" edge="1" parent="1" source="JVLtuT8sySUBbFbLTn6r-74">
+           <mxGeometry relative="1" as="geometry">
+             <mxPoint x="769.76" y="28.75" as="sourcePoint" />
+             <mxPoint x="830" y="270.39000000000004" as="targetPoint" />
+             <Array as="points">
+               <mxPoint x="800" y="40" />
+               <mxPoint x="800" y="271" />
+               <mxPoint x="830" y="271" />
            </Array>
          </mxGeometry>
        </mxCell>
        <mxCell id="0aRQkGjj-KWWZOeJOGup-11" value="" style="group" vertex="1" connectable="0" parent="1">
          <mxGeometry x="830" y="270" width="120" height="60" as="geometry" />
        </mxCell>
        <mxCell id="0aRQkGjj-KWWZOeJOGup-9" value="" style="shape=process;whiteSpace=wrap;html=1;backgroundOutline=1;" vertex="1" parent="0aRQkGjj-KWWZOeJOGup-11">
          <mxGeometry width="120" height="60" as="geometry" />
        </mxCell>
        <mxCell id="0aRQkGjj-KWWZOeJOGup-10" value="&lt;b&gt;COMMON&lt;/b&gt;&lt;div&gt;&lt;b&gt;GROUND&lt;/b&gt;&lt;/div&gt;" style="text;html=1;align=center;verticalAlign=middle;whiteSpace=wrap;rounded=0;" vertex="1" parent="0aRQkGjj-KWWZOeJOGup-11">
          <mxGeometry x="30" y="15" width="60" height="30" as="geometry" />
        </mxCell>
      </root>
    </mxGraphModel>
  </diagram>
</mxfile>
